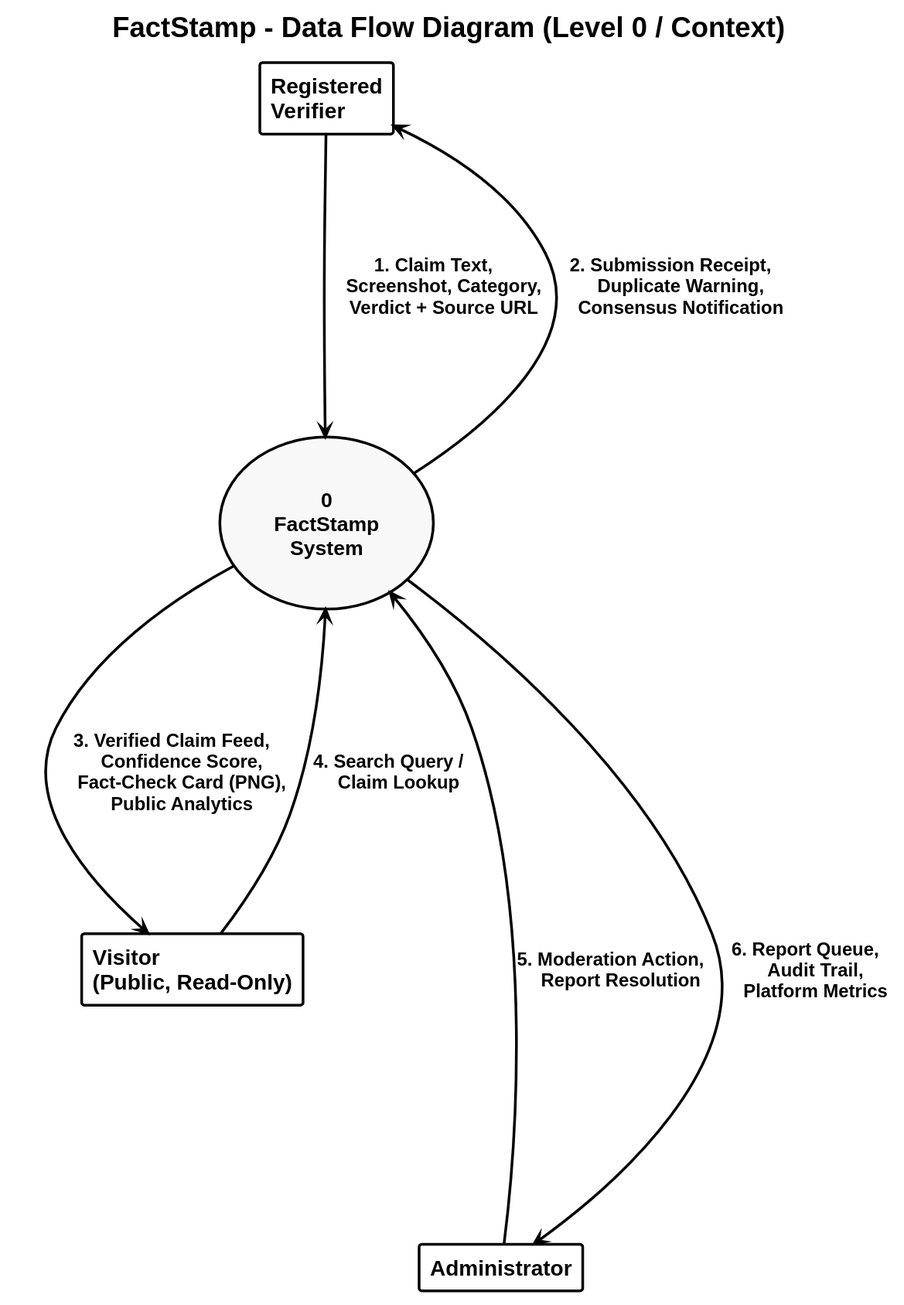
This is FactStamp/black_book_draft/03_Requirements_and_Analysis/attachments/dfd_level_0.svg from aadish0day/typst, a PlantUML export, as it was before one commit. Source of this version:
```plantuml
@startuml
skinparam style strictuml
skinparam monochrome true
skinparam defaultFontName "Liberation Sans"
skinparam defaultFontSize 20
skinparam defaultFontStyle bold
skinparam titleFontSize 26
skinparam titleFontStyle bold

skinparam ranksep 220
skinparam nodesep 30

skinparam backgroundColor white
skinparam ArrowColor black
skinparam ArrowThickness 2.5
skinparam ArrowFontSize 17
skinparam ArrowFontStyle bold

skinparam UsecaseBorderColor black
skinparam UsecaseBorderThickness 2.5
skinparam UsecaseBackgroundColor #F8F9FA
skinparam UsecaseFontSize 19
skinparam UsecaseFontStyle bold

skinparam RectangleBorderColor black
skinparam RectangleBorderThickness 2.5
skinparam RectangleBackgroundColor transparent
skinparam RectangleFontSize 20
skinparam RectangleFontStyle bold

skinparam DatabaseBorderColor black
skinparam DatabaseBackgroundColor #F8F9FA
skinparam DatabaseFontSize 19
skinparam DatabaseFontStyle bold

title FactStamp - Data Flow Diagram (Level 0 / Context)

rectangle "Registered\nVerifier" as VER

usecase "\n\n0\nFactStamp\nSystem\n\n" as SYS

rectangle "Visitor\n(Public, Read-Only)" as VIS
rectangle "Administrator" as ADM

VER -[hidden]down-> SYS
SYS -[hidden]down-> VIS
VIS -[hidden]down-> ADM

VER --> SYS : "1. Claim Text,\n    Screenshot, Category,\n    Verdict + Source URL"
VER <-- SYS : "2. Submission Receipt,\n    Duplicate Warning,\n    Consensus Notification"

SYS --> VIS : "3. Verified Claim Feed,\n    Confidence Score,\n    Fact-Check Card (PNG),\n    Public Analytics"
SYS <-- VIS : "4. Search Query /\n    Claim Lookup"

SYS <-- ADM : "5. Moderation Action,\n    Report Resolution"
SYS --> ADM : "6. Report Queue,\n    Audit Trail,\n    Platform Metrics"
@enduml
```
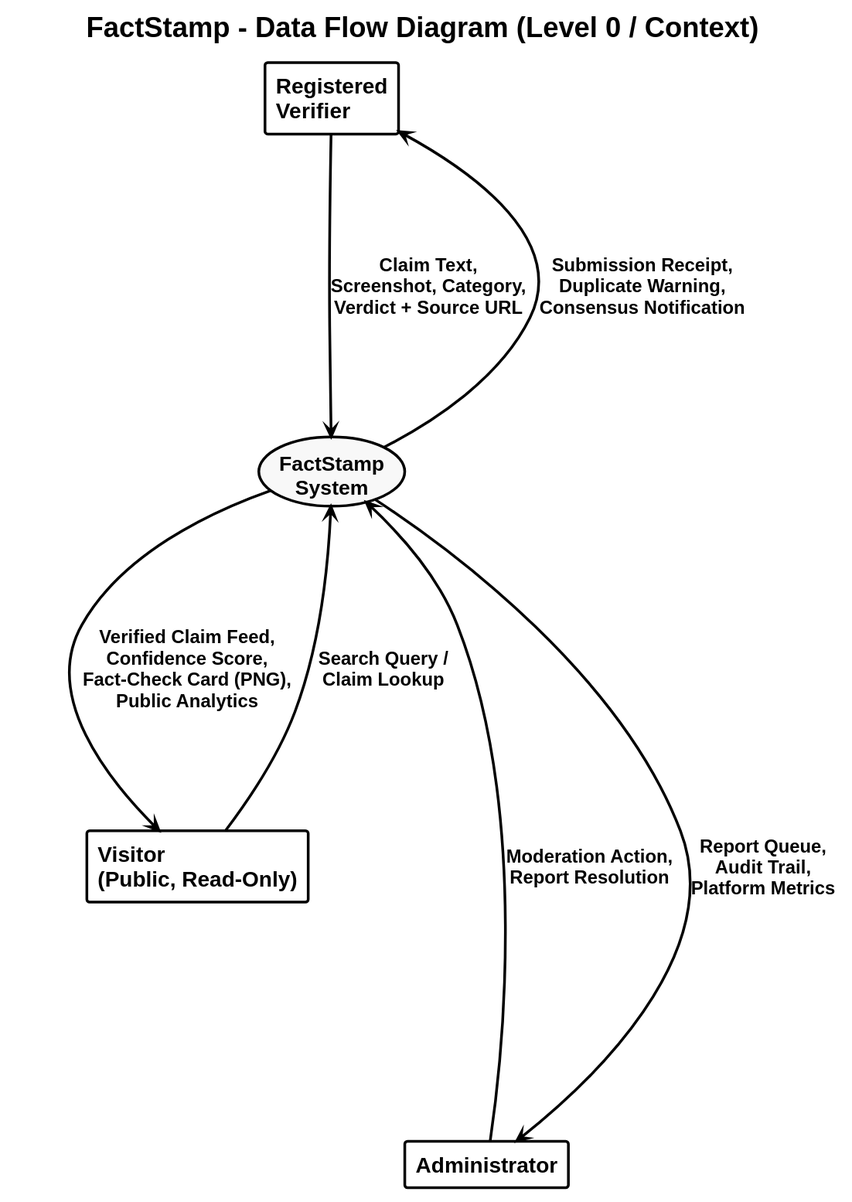
The same diagram one commit later.

The edit, as a diff of the source:
```diff
@@ -37,7 +37,7 @@
 
 rectangle "Registered\nVerifier" as VER
 
-usecase "\n\n0\nFactStamp\nSystem\n\n" as SYS
+usecase "FactStamp\nSystem" as SYS
 
 rectangle "Visitor\n(Public, Read-Only)" as VIS
 rectangle "Administrator" as ADM
@@ -46,12 +46,12 @@
 SYS -[hidden]down-> VIS
 VIS -[hidden]down-> ADM
 
-VER --> SYS : "1. Claim Text,\n    Screenshot, Category,\n    Verdict + Source URL"
-VER <-- SYS : "2. Submission Receipt,\n    Duplicate Warning,\n    Consensus Notification"
+VER --> SYS : "Claim Text,\nScreenshot, Category,\nVerdict + Source URL"
+VER <-- SYS : "Submission Receipt,\nDuplicate Warning,\nConsensus Notification"
 
-SYS --> VIS : "3. Verified Claim Feed,\n    Confidence Score,\n    Fact-Check Card (PNG),\n    Public Analytics"
-SYS <-- VIS : "4. Search Query /\n    Claim Lookup"
+SYS --> VIS : "Verified Claim Feed,\nConfidence Score,\nFact-Check Card (PNG),\nPublic Analytics"
+SYS <-- VIS : "Search Query /\nClaim Lookup"
 
-SYS <-- ADM : "5. Moderation Action,\n    Report Resolution"
-SYS --> ADM : "6. Report Queue,\n    Audit Trail,\n    Platform Metrics"
+SYS <-- ADM : "Moderation Action,\nReport Resolution"
+SYS --> ADM : "Report Queue,\nAudit Trail,\nPlatform Metrics"
 @enduml
```
